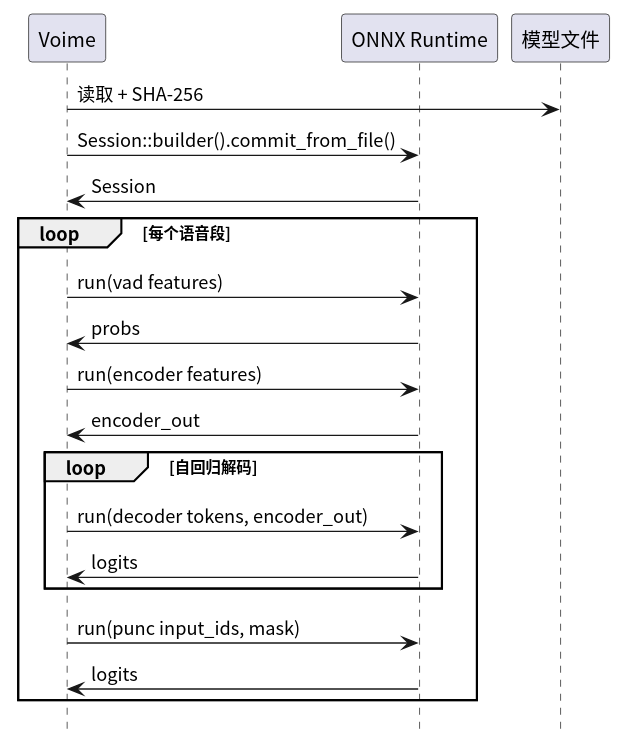
This is diagram/prov-inference.svg from 54m43lJ/voime, a PlantUML export, as it was before one commit.
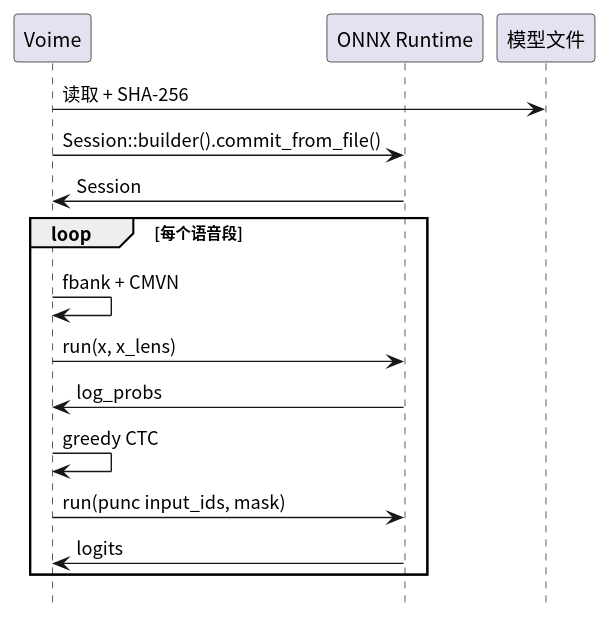
The same file after the commit.

What changed in the source:
```diff
@@ -11,14 +11,10 @@
 App -> Ort : Session::builder().commit_from_file()
 Ort -> App : Session
 loop 每个语音段
-  App -> Ort : run(vad features)
-  Ort -> App : probs
-  App -> Ort : run(encoder features)
-  Ort -> App : encoder_out
-  loop 自回归解码
-    App -> Ort : run(decoder tokens, encoder_out)
-    Ort -> App : logits
-  end
+  App -> App : fbank + CMVN
+  App -> Ort : run(x, x_lens)
+  Ort -> App : log_probs
+  App -> App : greedy CTC
   App -> Ort : run(punc input_ids, mask)
   Ort -> App : logits
 end
```
